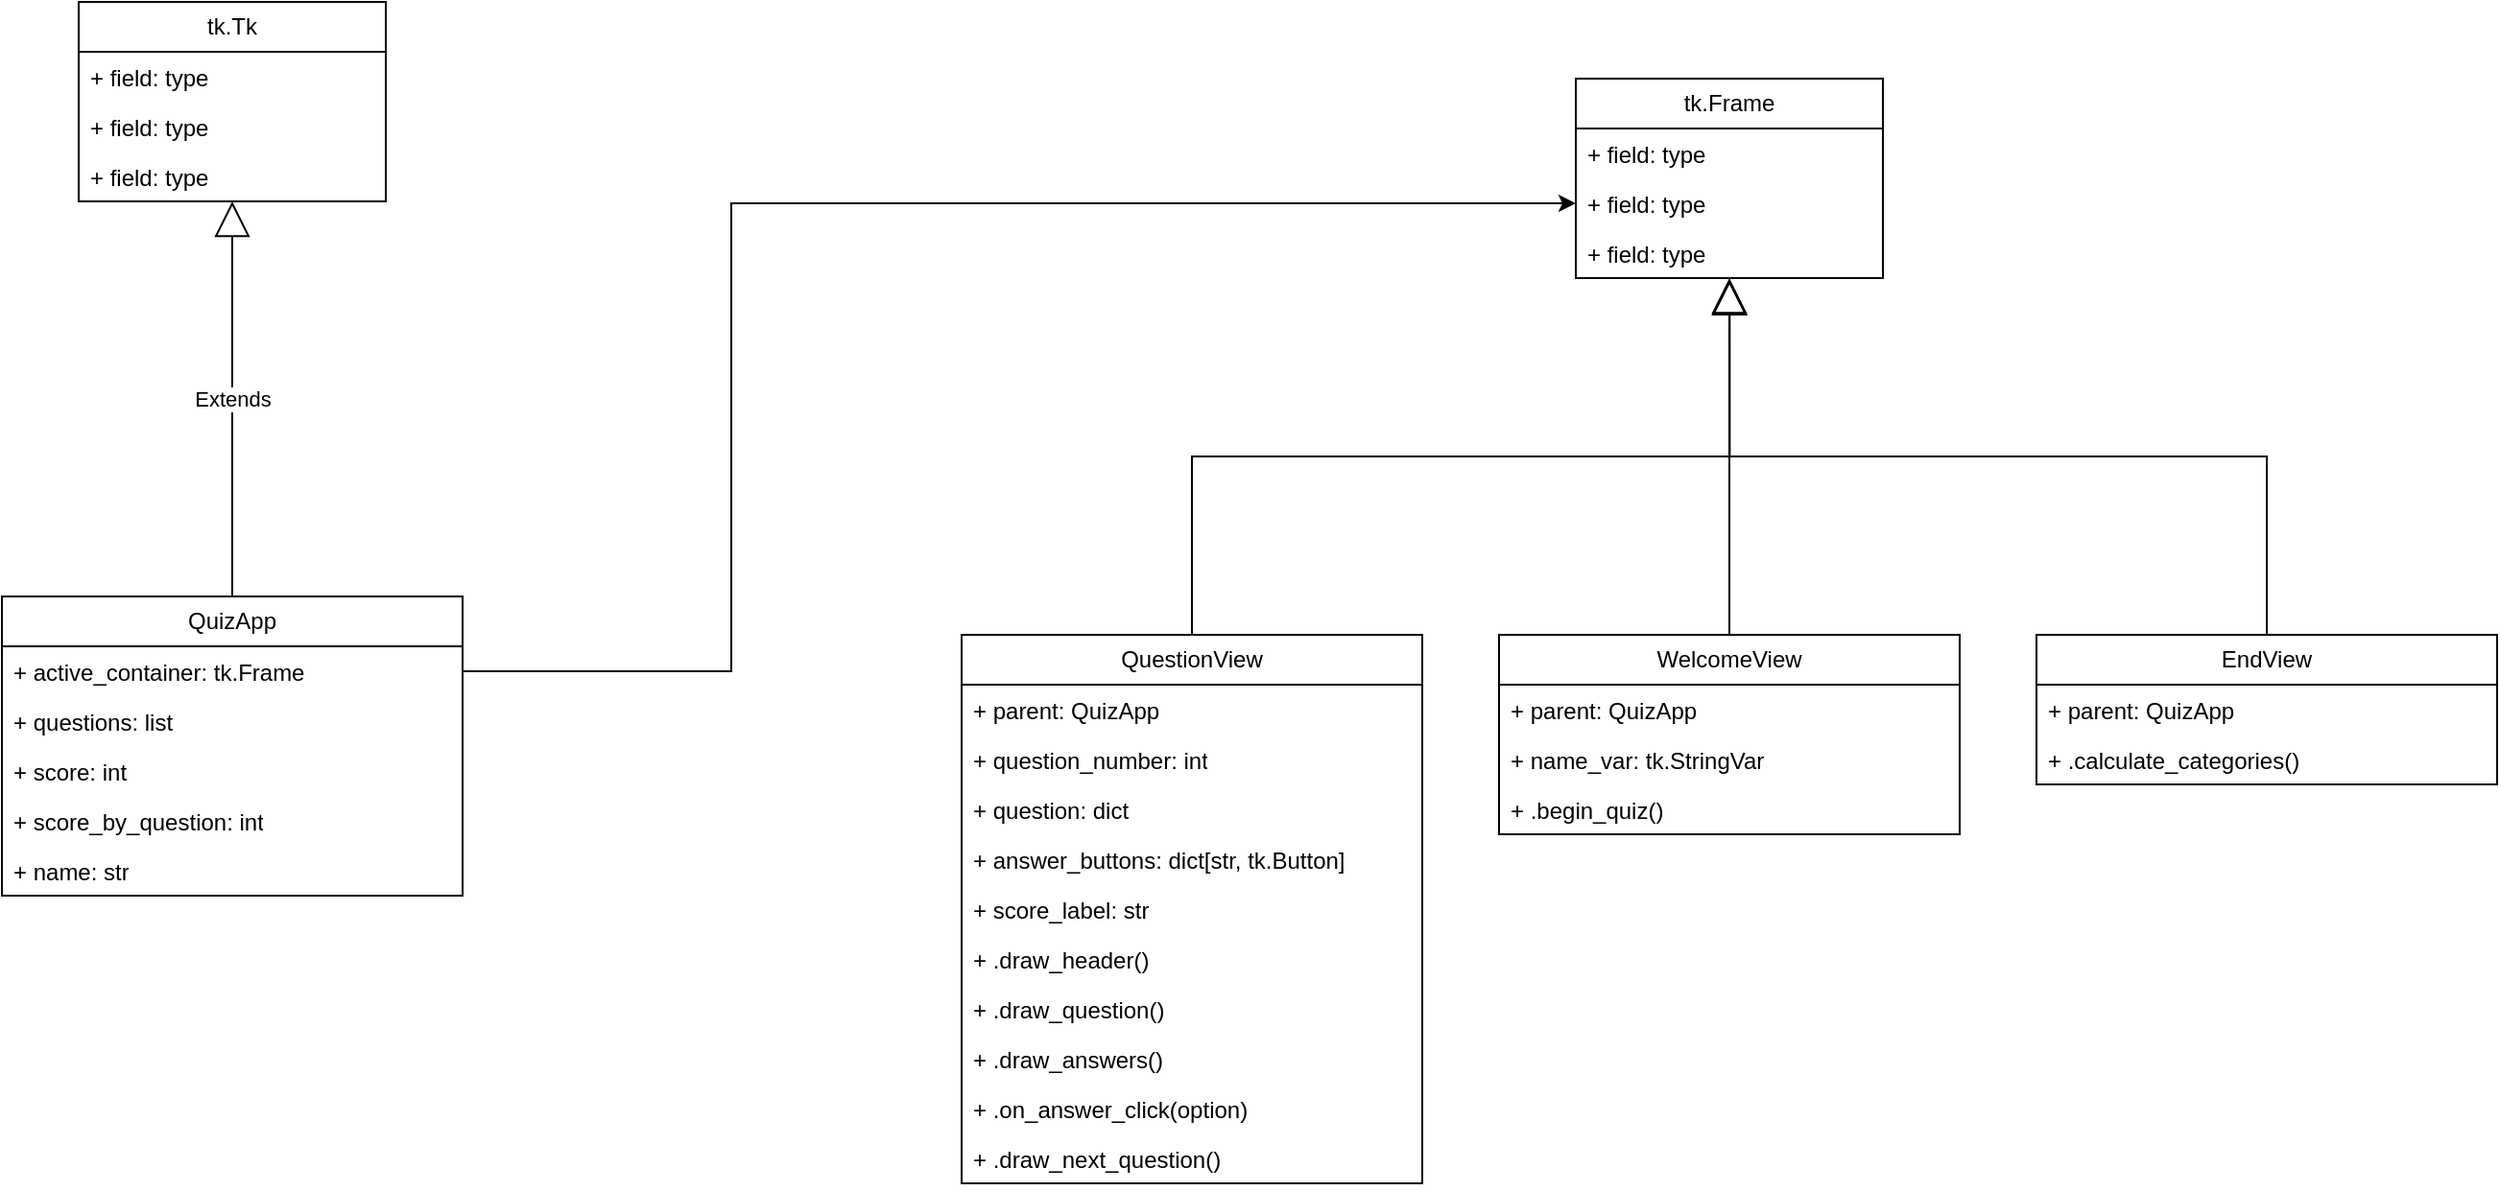
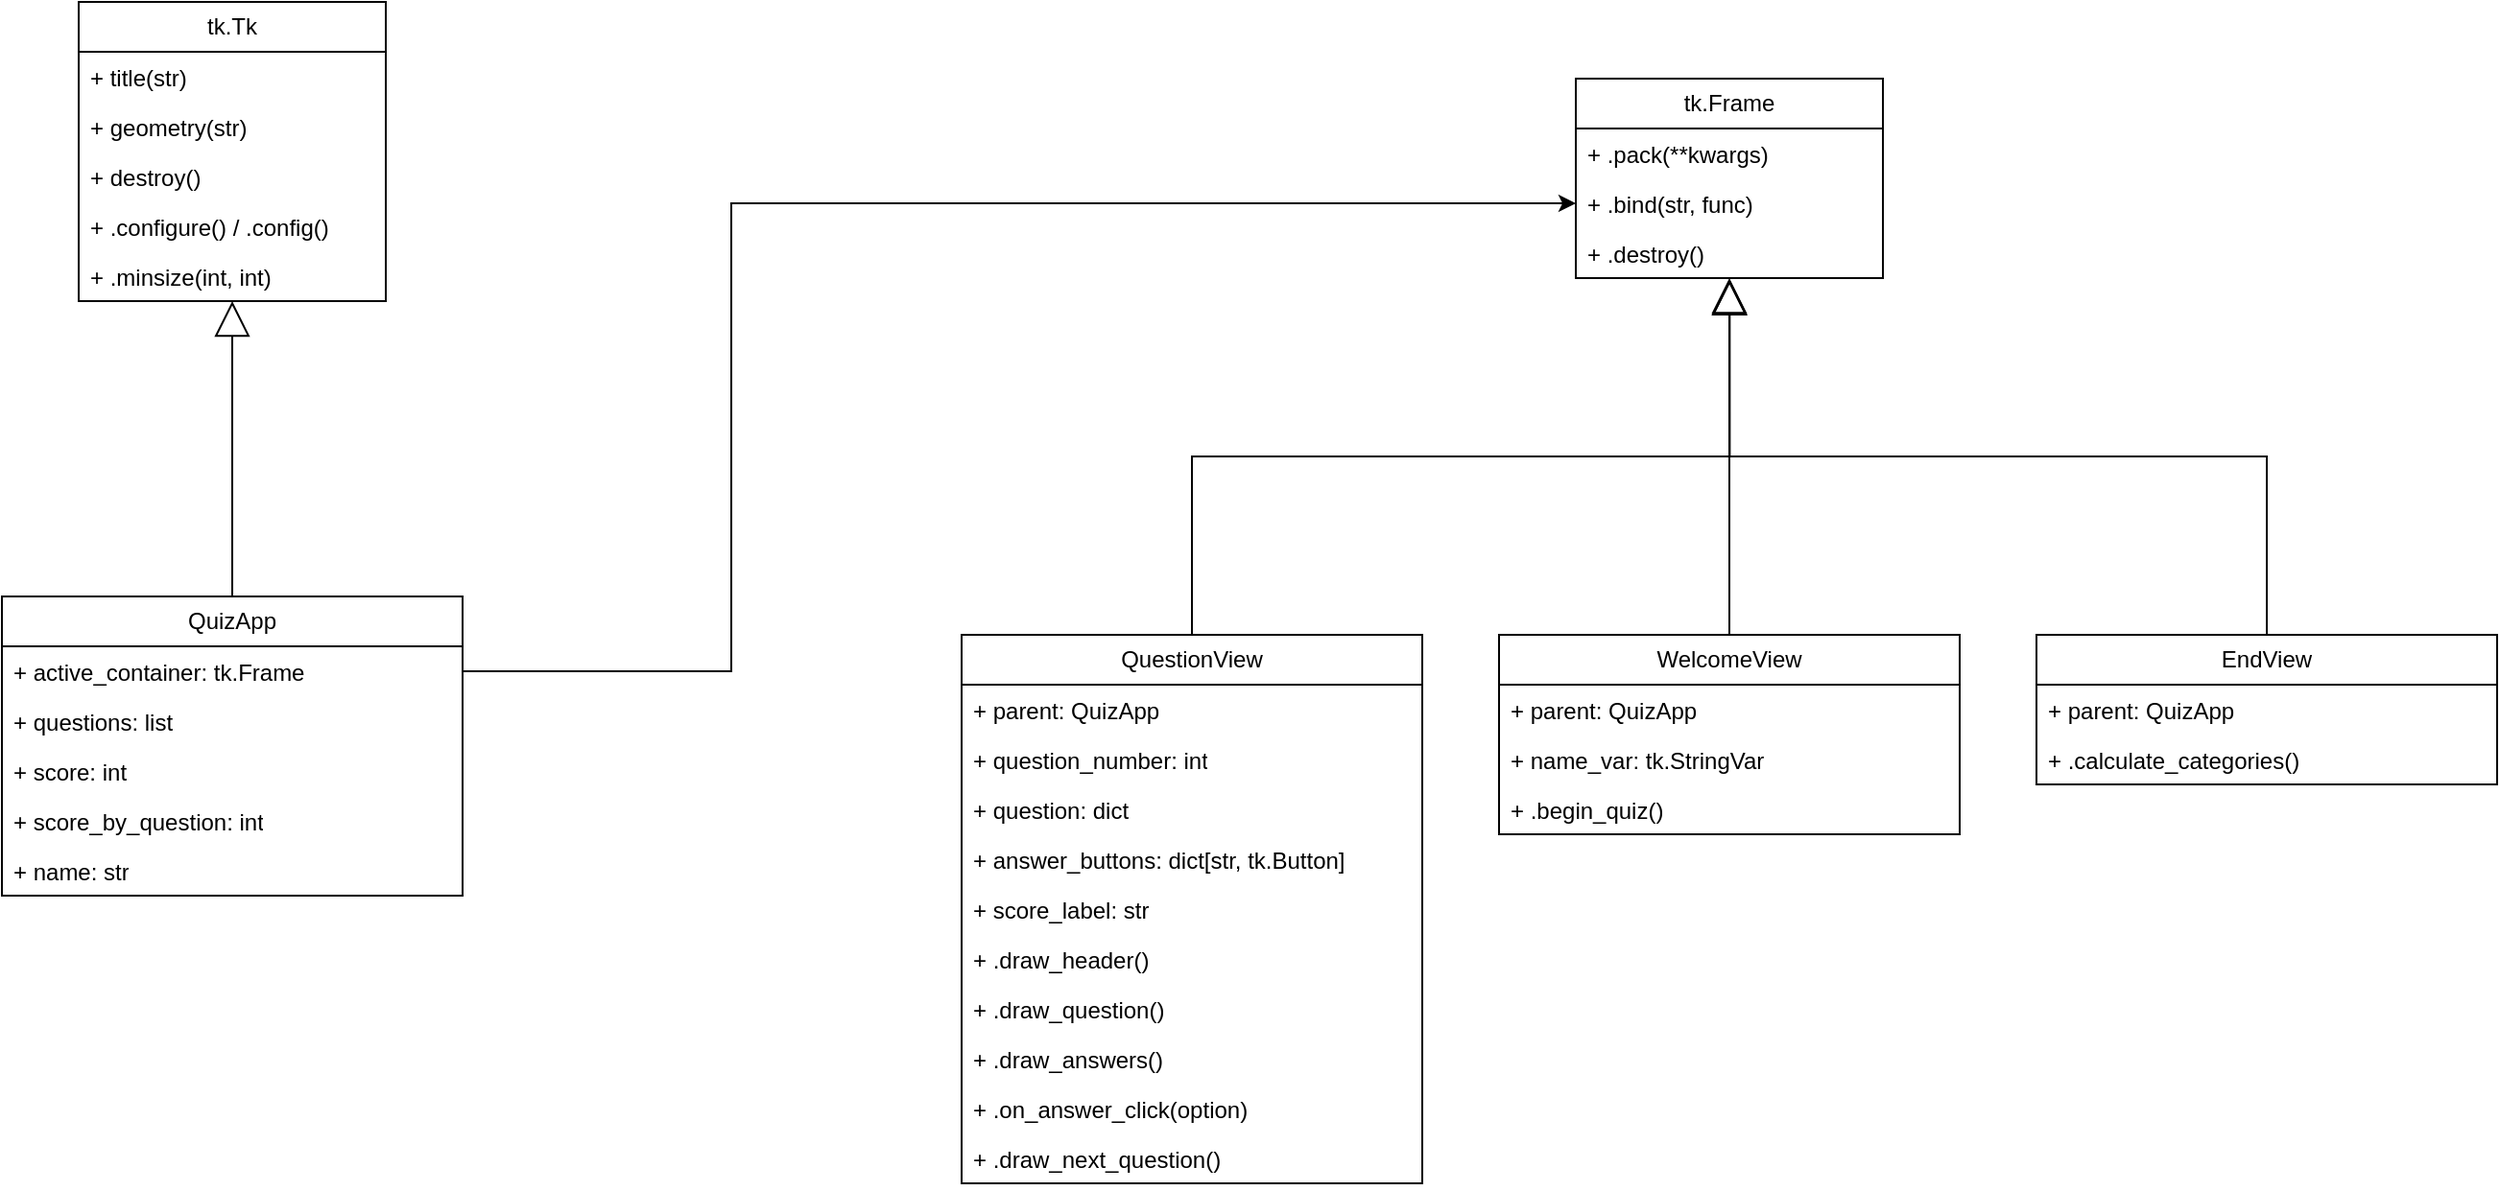
<mxfile host="app.diagrams.net">
  <diagram name="Page-1" id="6FwjxxpTnkzbZCPmhici">
-     <mxGraphModel dx="2002" dy="1113" grid="1" gridSize="10" guides="1" tooltips="1" connect="1" arrows="1" fold="1" page="1" pageScale="1" pageWidth="1654" pageHeight="2336" math="0" shadow="0">
+     <mxGraphModel dx="1712" dy="988" grid="1" gridSize="10" guides="1" tooltips="1" connect="1" arrows="1" fold="1" page="1" pageScale="1" pageWidth="1654" pageHeight="2336" math="0" shadow="0">
      <root>
        <mxCell id="0" />
        <mxCell id="1" parent="0" />
        <mxCell id="98E6aVJNSryP0bzQtj6E-23" parent="1" style="swimlane;fontStyle=0;childLayout=stackLayout;horizontal=1;startSize=26;fillColor=none;horizontalStack=0;resizeParent=1;resizeParentMax=0;resizeLast=0;collapsible=1;marginBottom=0;whiteSpace=wrap;html=1;" value="tk.Tk" vertex="1">
-           <mxGeometry height="104" width="160" x="80" y="40" as="geometry" />
+           <mxGeometry height="156" width="160" x="80" y="40" as="geometry" />
        </mxCell>
-         <mxCell id="98E6aVJNSryP0bzQtj6E-24" parent="98E6aVJNSryP0bzQtj6E-23" style="text;strokeColor=none;fillColor=none;align=left;verticalAlign=top;spacingLeft=4;spacingRight=4;overflow=hidden;rotatable=0;points=[[0,0.5],[1,0.5]];portConstraint=eastwest;whiteSpace=wrap;html=1;" value="+ field: type" vertex="1">
+         <mxCell id="98E6aVJNSryP0bzQtj6E-24" parent="98E6aVJNSryP0bzQtj6E-23" style="text;strokeColor=none;fillColor=none;align=left;verticalAlign=top;spacingLeft=4;spacingRight=4;overflow=hidden;rotatable=0;points=[[0,0.5],[1,0.5]];portConstraint=eastwest;whiteSpace=wrap;html=1;" value="+ title(str)" vertex="1">
          <mxGeometry height="26" width="160" y="26" as="geometry" />
        </mxCell>
-         <mxCell id="98E6aVJNSryP0bzQtj6E-25" parent="98E6aVJNSryP0bzQtj6E-23" style="text;strokeColor=none;fillColor=none;align=left;verticalAlign=top;spacingLeft=4;spacingRight=4;overflow=hidden;rotatable=0;points=[[0,0.5],[1,0.5]];portConstraint=eastwest;whiteSpace=wrap;html=1;" value="+ field: type" vertex="1">
+         <mxCell id="98E6aVJNSryP0bzQtj6E-25" parent="98E6aVJNSryP0bzQtj6E-23" style="text;strokeColor=none;fillColor=none;align=left;verticalAlign=top;spacingLeft=4;spacingRight=4;overflow=hidden;rotatable=0;points=[[0,0.5],[1,0.5]];portConstraint=eastwest;whiteSpace=wrap;html=1;" value="&lt;div&gt;+ geometry(str)&lt;/div&gt;" vertex="1">
          <mxGeometry height="26" width="160" y="52" as="geometry" />
        </mxCell>
-         <mxCell id="98E6aVJNSryP0bzQtj6E-26" parent="98E6aVJNSryP0bzQtj6E-23" style="text;strokeColor=none;fillColor=none;align=left;verticalAlign=top;spacingLeft=4;spacingRight=4;overflow=hidden;rotatable=0;points=[[0,0.5],[1,0.5]];portConstraint=eastwest;whiteSpace=wrap;html=1;" value="+ field: type" vertex="1">
+         <mxCell id="98E6aVJNSryP0bzQtj6E-26" parent="98E6aVJNSryP0bzQtj6E-23" style="text;strokeColor=none;fillColor=none;align=left;verticalAlign=top;spacingLeft=4;spacingRight=4;overflow=hidden;rotatable=0;points=[[0,0.5],[1,0.5]];portConstraint=eastwest;whiteSpace=wrap;html=1;" value="&lt;div&gt;+ destroy()&lt;/div&gt;" vertex="1">
          <mxGeometry height="26" width="160" y="78" as="geometry" />
+         </mxCell>
+         <mxCell id="xY9tF1I_5TSzJip_FVn7-1" parent="98E6aVJNSryP0bzQtj6E-23" style="text;strokeColor=none;fillColor=none;align=left;verticalAlign=top;spacingLeft=4;spacingRight=4;overflow=hidden;rotatable=0;points=[[0,0.5],[1,0.5]];portConstraint=eastwest;whiteSpace=wrap;html=1;" value="+ .configure() / .config()" vertex="1">
+           <mxGeometry height="26" width="160" y="104" as="geometry" />
+         </mxCell>
+         <mxCell id="xY9tF1I_5TSzJip_FVn7-2" parent="98E6aVJNSryP0bzQtj6E-23" style="text;strokeColor=none;fillColor=none;align=left;verticalAlign=top;spacingLeft=4;spacingRight=4;overflow=hidden;rotatable=0;points=[[0,0.5],[1,0.5]];portConstraint=eastwest;whiteSpace=wrap;html=1;" value="+ .minsize(int, int)" vertex="1">
+           <mxGeometry height="26" width="160" y="130" as="geometry" />
        </mxCell>
        <mxCell id="98E6aVJNSryP0bzQtj6E-27" parent="1" style="swimlane;fontStyle=0;childLayout=stackLayout;horizontal=1;startSize=26;fillColor=none;horizontalStack=0;resizeParent=1;resizeParentMax=0;resizeLast=0;collapsible=1;marginBottom=0;whiteSpace=wrap;html=1;" value="QuizApp" vertex="1">
          <mxGeometry height="156" width="240" x="40" y="350" as="geometry" />
        </mxCell>
        <mxCell id="98E6aVJNSryP0bzQtj6E-28" parent="98E6aVJNSryP0bzQtj6E-27" style="text;strokeColor=none;fillColor=none;align=left;verticalAlign=top;spacingLeft=4;spacingRight=4;overflow=hidden;rotatable=0;points=[[0,0.5],[1,0.5]];portConstraint=eastwest;whiteSpace=wrap;html=1;" value="+ active_container: tk.Frame" vertex="1">
          <mxGeometry height="26" width="240" y="26" as="geometry" />
        </mxCell>
        <mxCell id="98E6aVJNSryP0bzQtj6E-29" parent="98E6aVJNSryP0bzQtj6E-27" style="text;strokeColor=none;fillColor=none;align=left;verticalAlign=top;spacingLeft=4;spacingRight=4;overflow=hidden;rotatable=0;points=[[0,0.5],[1,0.5]];portConstraint=eastwest;whiteSpace=wrap;html=1;" value="+ questions: list" vertex="1">
          <mxGeometry height="26" width="240" y="52" as="geometry" />
        </mxCell>
        <mxCell id="98E6aVJNSryP0bzQtj6E-30" parent="98E6aVJNSryP0bzQtj6E-27" style="text;strokeColor=none;fillColor=none;align=left;verticalAlign=top;spacingLeft=4;spacingRight=4;overflow=hidden;rotatable=0;points=[[0,0.5],[1,0.5]];portConstraint=eastwest;whiteSpace=wrap;html=1;" value="+ score: int" vertex="1">
          <mxGeometry height="26" width="240" y="78" as="geometry" />
        </mxCell>
        <mxCell id="iqno4ogP3t2WggpnyNVe-1" parent="98E6aVJNSryP0bzQtj6E-27" style="text;strokeColor=none;fillColor=none;align=left;verticalAlign=top;spacingLeft=4;spacingRight=4;overflow=hidden;rotatable=0;points=[[0,0.5],[1,0.5]];portConstraint=eastwest;whiteSpace=wrap;html=1;" value="+ score_by_question: int" vertex="1">
          <mxGeometry height="26" width="240" y="104" as="geometry" />
        </mxCell>
        <mxCell id="iqno4ogP3t2WggpnyNVe-2" parent="98E6aVJNSryP0bzQtj6E-27" style="text;strokeColor=none;fillColor=none;align=left;verticalAlign=top;spacingLeft=4;spacingRight=4;overflow=hidden;rotatable=0;points=[[0,0.5],[1,0.5]];portConstraint=eastwest;whiteSpace=wrap;html=1;" value="+ name: str" vertex="1">
          <mxGeometry height="26" width="240" y="130" as="geometry" />
        </mxCell>
        <mxCell id="98E6aVJNSryP0bzQtj6E-32" parent="1" style="swimlane;fontStyle=0;childLayout=stackLayout;horizontal=1;startSize=26;fillColor=none;horizontalStack=0;resizeParent=1;resizeParentMax=0;resizeLast=0;collapsible=1;marginBottom=0;whiteSpace=wrap;html=1;" value="tk.Frame" vertex="1">
          <mxGeometry height="104" width="160" x="860" y="80" as="geometry" />
        </mxCell>
-         <mxCell id="98E6aVJNSryP0bzQtj6E-33" parent="98E6aVJNSryP0bzQtj6E-32" style="text;strokeColor=none;fillColor=none;align=left;verticalAlign=top;spacingLeft=4;spacingRight=4;overflow=hidden;rotatable=0;points=[[0,0.5],[1,0.5]];portConstraint=eastwest;whiteSpace=wrap;html=1;" value="+ field: type" vertex="1">
+         <mxCell id="98E6aVJNSryP0bzQtj6E-33" parent="98E6aVJNSryP0bzQtj6E-32" style="text;strokeColor=none;fillColor=none;align=left;verticalAlign=top;spacingLeft=4;spacingRight=4;overflow=hidden;rotatable=0;points=[[0,0.5],[1,0.5]];portConstraint=eastwest;whiteSpace=wrap;html=1;" value="+ .pack(**kwargs)" vertex="1">
          <mxGeometry height="26" width="160" y="26" as="geometry" />
        </mxCell>
-         <mxCell id="98E6aVJNSryP0bzQtj6E-34" parent="98E6aVJNSryP0bzQtj6E-32" style="text;strokeColor=none;fillColor=none;align=left;verticalAlign=top;spacingLeft=4;spacingRight=4;overflow=hidden;rotatable=0;points=[[0,0.5],[1,0.5]];portConstraint=eastwest;whiteSpace=wrap;html=1;" value="+ field: type" vertex="1">
+         <mxCell id="98E6aVJNSryP0bzQtj6E-34" parent="98E6aVJNSryP0bzQtj6E-32" style="text;strokeColor=none;fillColor=none;align=left;verticalAlign=top;spacingLeft=4;spacingRight=4;overflow=hidden;rotatable=0;points=[[0,0.5],[1,0.5]];portConstraint=eastwest;whiteSpace=wrap;html=1;" value="+ .bind(str, func)" vertex="1">
          <mxGeometry height="26" width="160" y="52" as="geometry" />
        </mxCell>
-         <mxCell id="98E6aVJNSryP0bzQtj6E-35" parent="98E6aVJNSryP0bzQtj6E-32" style="text;strokeColor=none;fillColor=none;align=left;verticalAlign=top;spacingLeft=4;spacingRight=4;overflow=hidden;rotatable=0;points=[[0,0.5],[1,0.5]];portConstraint=eastwest;whiteSpace=wrap;html=1;" value="+ field: type" vertex="1">
+         <mxCell id="98E6aVJNSryP0bzQtj6E-35" parent="98E6aVJNSryP0bzQtj6E-32" style="text;strokeColor=none;fillColor=none;align=left;verticalAlign=top;spacingLeft=4;spacingRight=4;overflow=hidden;rotatable=0;points=[[0,0.5],[1,0.5]];portConstraint=eastwest;whiteSpace=wrap;html=1;" value="+ .destroy()" vertex="1">
          <mxGeometry height="26" width="160" y="78" as="geometry" />
        </mxCell>
        <mxCell id="98E6aVJNSryP0bzQtj6E-40" parent="1" style="swimlane;fontStyle=0;childLayout=stackLayout;horizontal=1;startSize=26;fillColor=none;horizontalStack=0;resizeParent=1;resizeParentMax=0;resizeLast=0;collapsible=1;marginBottom=0;whiteSpace=wrap;html=1;" value="QuestionView" vertex="1">
          <mxGeometry height="286" width="240" x="540" y="370" as="geometry" />
        </mxCell>
        <mxCell id="98E6aVJNSryP0bzQtj6E-41" parent="98E6aVJNSryP0bzQtj6E-40" style="text;strokeColor=none;fillColor=none;align=left;verticalAlign=top;spacingLeft=4;spacingRight=4;overflow=hidden;rotatable=0;points=[[0,0.5],[1,0.5]];portConstraint=eastwest;whiteSpace=wrap;html=1;" value="+ parent: QuizApp" vertex="1">
          <mxGeometry height="26" width="240" y="26" as="geometry" />
        </mxCell>
        <mxCell id="98E6aVJNSryP0bzQtj6E-42" parent="98E6aVJNSryP0bzQtj6E-40" style="text;strokeColor=none;fillColor=none;align=left;verticalAlign=top;spacingLeft=4;spacingRight=4;overflow=hidden;rotatable=0;points=[[0,0.5],[1,0.5]];portConstraint=eastwest;whiteSpace=wrap;html=1;" value="+ question_number: int" vertex="1">
          <mxGeometry height="26" width="240" y="52" as="geometry" />
        </mxCell>
        <mxCell id="iqno4ogP3t2WggpnyNVe-3" parent="98E6aVJNSryP0bzQtj6E-40" style="text;strokeColor=none;fillColor=none;align=left;verticalAlign=top;spacingLeft=4;spacingRight=4;overflow=hidden;rotatable=0;points=[[0,0.5],[1,0.5]];portConstraint=eastwest;whiteSpace=wrap;html=1;" value="+ question: dict" vertex="1">
          <mxGeometry height="26" width="240" y="78" as="geometry" />
        </mxCell>
        <mxCell id="98E6aVJNSryP0bzQtj6E-43" parent="98E6aVJNSryP0bzQtj6E-40" style="text;strokeColor=none;fillColor=none;align=left;verticalAlign=top;spacingLeft=4;spacingRight=4;overflow=hidden;rotatable=0;points=[[0,0.5],[1,0.5]];portConstraint=eastwest;whiteSpace=wrap;html=1;" value="+ answer_buttons: dict[str, tk.Button]" vertex="1">
          <mxGeometry height="26" width="240" y="104" as="geometry" />
        </mxCell>
        <mxCell id="iqno4ogP3t2WggpnyNVe-8" parent="98E6aVJNSryP0bzQtj6E-40" style="text;strokeColor=none;fillColor=none;align=left;verticalAlign=top;spacingLeft=4;spacingRight=4;overflow=hidden;rotatable=0;points=[[0,0.5],[1,0.5]];portConstraint=eastwest;whiteSpace=wrap;html=1;" value="+ score_label: str" vertex="1">
          <mxGeometry height="26" width="240" y="130" as="geometry" />
        </mxCell>
        <mxCell id="iqno4ogP3t2WggpnyNVe-9" parent="98E6aVJNSryP0bzQtj6E-40" style="text;strokeColor=none;fillColor=none;align=left;verticalAlign=top;spacingLeft=4;spacingRight=4;overflow=hidden;rotatable=0;points=[[0,0.5],[1,0.5]];portConstraint=eastwest;whiteSpace=wrap;html=1;" value="+ .draw_header()" vertex="1">
          <mxGeometry height="26" width="240" y="156" as="geometry" />
        </mxCell>
        <mxCell id="iqno4ogP3t2WggpnyNVe-10" parent="98E6aVJNSryP0bzQtj6E-40" style="text;strokeColor=none;fillColor=none;align=left;verticalAlign=top;spacingLeft=4;spacingRight=4;overflow=hidden;rotatable=0;points=[[0,0.5],[1,0.5]];portConstraint=eastwest;whiteSpace=wrap;html=1;" value="+ .draw_question()" vertex="1">
          <mxGeometry height="26" width="240" y="182" as="geometry" />
        </mxCell>
        <mxCell id="iqno4ogP3t2WggpnyNVe-11" parent="98E6aVJNSryP0bzQtj6E-40" style="text;strokeColor=none;fillColor=none;align=left;verticalAlign=top;spacingLeft=4;spacingRight=4;overflow=hidden;rotatable=0;points=[[0,0.5],[1,0.5]];portConstraint=eastwest;whiteSpace=wrap;html=1;" value="+ .draw_answers()" vertex="1">
          <mxGeometry height="26" width="240" y="208" as="geometry" />
        </mxCell>
        <mxCell id="iqno4ogP3t2WggpnyNVe-12" parent="98E6aVJNSryP0bzQtj6E-40" style="text;strokeColor=none;fillColor=none;align=left;verticalAlign=top;spacingLeft=4;spacingRight=4;overflow=hidden;rotatable=0;points=[[0,0.5],[1,0.5]];portConstraint=eastwest;whiteSpace=wrap;html=1;" value="+ .on_answer_click(option)" vertex="1">
          <mxGeometry height="26" width="240" y="234" as="geometry" />
        </mxCell>
        <mxCell id="iqno4ogP3t2WggpnyNVe-13" parent="98E6aVJNSryP0bzQtj6E-40" style="text;strokeColor=none;fillColor=none;align=left;verticalAlign=top;spacingLeft=4;spacingRight=4;overflow=hidden;rotatable=0;points=[[0,0.5],[1,0.5]];portConstraint=eastwest;whiteSpace=wrap;html=1;" value="+ .draw_next_question()" vertex="1">
          <mxGeometry height="26" width="240" y="260" as="geometry" />
        </mxCell>
        <mxCell id="98E6aVJNSryP0bzQtj6E-59" edge="1" parent="1" source="98E6aVJNSryP0bzQtj6E-40" style="endArrow=block;endSize=16;endFill=0;html=1;rounded=0;exitX=0.5;exitY=0;exitDx=0;exitDy=0;edgeStyle=orthogonalEdgeStyle;entryX=0.5;entryY=1;entryDx=0;entryDy=0;" target="98E6aVJNSryP0bzQtj6E-32" value="">
          <mxGeometry relative="1" width="160" as="geometry">
            <mxPoint x="646" y="522.99" as="sourcePoint" />
            <mxPoint x="827.28" y="200.00200000000007" as="targetPoint" />
          </mxGeometry>
        </mxCell>
        <mxCell id="98E6aVJNSryP0bzQtj6E-65" edge="1" parent="1" source="98E6aVJNSryP0bzQtj6E-28" style="edgeStyle=orthogonalEdgeStyle;rounded=0;orthogonalLoop=1;jettySize=auto;html=1;entryX=0;entryY=0.5;entryDx=0;entryDy=0;" target="98E6aVJNSryP0bzQtj6E-34">
          <mxGeometry relative="1" as="geometry">
            <Array as="points">
              <mxPoint x="420" y="389" />
              <mxPoint x="420" y="145" />
            </Array>
          </mxGeometry>
        </mxCell>
-         <mxCell id="98E6aVJNSryP0bzQtj6E-66" edge="1" parent="1" source="98E6aVJNSryP0bzQtj6E-27" style="endArrow=block;endSize=16;endFill=0;html=1;rounded=0;exitX=0.5;exitY=0;exitDx=0;exitDy=0;edgeStyle=orthogonalEdgeStyle;" target="98E6aVJNSryP0bzQtj6E-23" value="Extends">
+         <mxCell id="98E6aVJNSryP0bzQtj6E-66" edge="1" parent="1" source="98E6aVJNSryP0bzQtj6E-27" style="endArrow=block;endSize=16;endFill=0;html=1;rounded=0;exitX=0.5;exitY=0;exitDx=0;exitDy=0;edgeStyle=orthogonalEdgeStyle;" target="98E6aVJNSryP0bzQtj6E-23" value="&lt;div&gt;&lt;br&gt;&lt;/div&gt;&lt;div&gt;&lt;br&gt;&lt;/div&gt;">
          <mxGeometry relative="1" width="160" as="geometry">
            <mxPoint x="150" y="296" as="sourcePoint" />
            <mxPoint x="289" y="120" as="targetPoint" />
          </mxGeometry>
        </mxCell>
        <mxCell id="iqno4ogP3t2WggpnyNVe-14" parent="1" style="swimlane;fontStyle=0;childLayout=stackLayout;horizontal=1;startSize=26;fillColor=none;horizontalStack=0;resizeParent=1;resizeParentMax=0;resizeLast=0;collapsible=1;marginBottom=0;whiteSpace=wrap;html=1;" value="WelcomeView" vertex="1">
          <mxGeometry height="104" width="240" x="820" y="370" as="geometry" />
        </mxCell>
        <mxCell id="iqno4ogP3t2WggpnyNVe-15" parent="iqno4ogP3t2WggpnyNVe-14" style="text;strokeColor=none;fillColor=none;align=left;verticalAlign=top;spacingLeft=4;spacingRight=4;overflow=hidden;rotatable=0;points=[[0,0.5],[1,0.5]];portConstraint=eastwest;whiteSpace=wrap;html=1;" value="+ parent: QuizApp" vertex="1">
          <mxGeometry height="26" width="240" y="26" as="geometry" />
        </mxCell>
        <mxCell id="iqno4ogP3t2WggpnyNVe-16" parent="iqno4ogP3t2WggpnyNVe-14" style="text;strokeColor=none;fillColor=none;align=left;verticalAlign=top;spacingLeft=4;spacingRight=4;overflow=hidden;rotatable=0;points=[[0,0.5],[1,0.5]];portConstraint=eastwest;whiteSpace=wrap;html=1;" value="+ name_var: tk.StringVar" vertex="1">
          <mxGeometry height="26" width="240" y="52" as="geometry" />
        </mxCell>
        <mxCell id="iqno4ogP3t2WggpnyNVe-20" parent="iqno4ogP3t2WggpnyNVe-14" style="text;strokeColor=none;fillColor=none;align=left;verticalAlign=top;spacingLeft=4;spacingRight=4;overflow=hidden;rotatable=0;points=[[0,0.5],[1,0.5]];portConstraint=eastwest;whiteSpace=wrap;html=1;" value="+ .begin_quiz()" vertex="1">
          <mxGeometry height="26" width="240" y="78" as="geometry" />
        </mxCell>
        <mxCell id="iqno4ogP3t2WggpnyNVe-26" edge="1" parent="1" source="iqno4ogP3t2WggpnyNVe-14" style="endArrow=block;endSize=16;endFill=0;html=1;rounded=0;exitX=0.5;exitY=0;exitDx=0;exitDy=0;edgeStyle=orthogonalEdgeStyle;entryX=0.5;entryY=1.036;entryDx=0;entryDy=0;entryPerimeter=0;" target="98E6aVJNSryP0bzQtj6E-35" value="">
          <mxGeometry relative="1" width="160" as="geometry">
            <mxPoint x="1037" y="260" as="sourcePoint" />
            <mxPoint x="840" y="190" as="targetPoint" />
          </mxGeometry>
        </mxCell>
        <mxCell id="iqno4ogP3t2WggpnyNVe-27" parent="1" style="swimlane;fontStyle=0;childLayout=stackLayout;horizontal=1;startSize=26;fillColor=none;horizontalStack=0;resizeParent=1;resizeParentMax=0;resizeLast=0;collapsible=1;marginBottom=0;whiteSpace=wrap;html=1;" value="EndView" vertex="1">
          <mxGeometry height="78" width="240" x="1100" y="370" as="geometry" />
        </mxCell>
        <mxCell id="iqno4ogP3t2WggpnyNVe-28" parent="iqno4ogP3t2WggpnyNVe-27" style="text;strokeColor=none;fillColor=none;align=left;verticalAlign=top;spacingLeft=4;spacingRight=4;overflow=hidden;rotatable=0;points=[[0,0.5],[1,0.5]];portConstraint=eastwest;whiteSpace=wrap;html=1;" value="+ parent: QuizApp" vertex="1">
          <mxGeometry height="26" width="240" y="26" as="geometry" />
        </mxCell>
        <mxCell id="iqno4ogP3t2WggpnyNVe-29" parent="iqno4ogP3t2WggpnyNVe-27" style="text;strokeColor=none;fillColor=none;align=left;verticalAlign=top;spacingLeft=4;spacingRight=4;overflow=hidden;rotatable=0;points=[[0,0.5],[1,0.5]];portConstraint=eastwest;whiteSpace=wrap;html=1;" value="+ .calculate_categories()" vertex="1">
          <mxGeometry height="26" width="240" y="52" as="geometry" />
        </mxCell>
        <mxCell id="iqno4ogP3t2WggpnyNVe-33" edge="1" parent="1" source="iqno4ogP3t2WggpnyNVe-27" style="endArrow=block;endSize=16;endFill=0;html=1;rounded=0;exitX=0.5;exitY=0;exitDx=0;exitDy=0;edgeStyle=orthogonalEdgeStyle;entryX=0.501;entryY=1.031;entryDx=0;entryDy=0;entryPerimeter=0;" target="98E6aVJNSryP0bzQtj6E-35" value="">
          <mxGeometry relative="1" width="160" as="geometry">
            <mxPoint x="1353.76" y="328.01" as="sourcePoint" />
            <mxPoint x="1040" y="183.998" as="targetPoint" />
          </mxGeometry>
        </mxCell>
      </root>
    </mxGraphModel>
  </diagram>
</mxfile>
